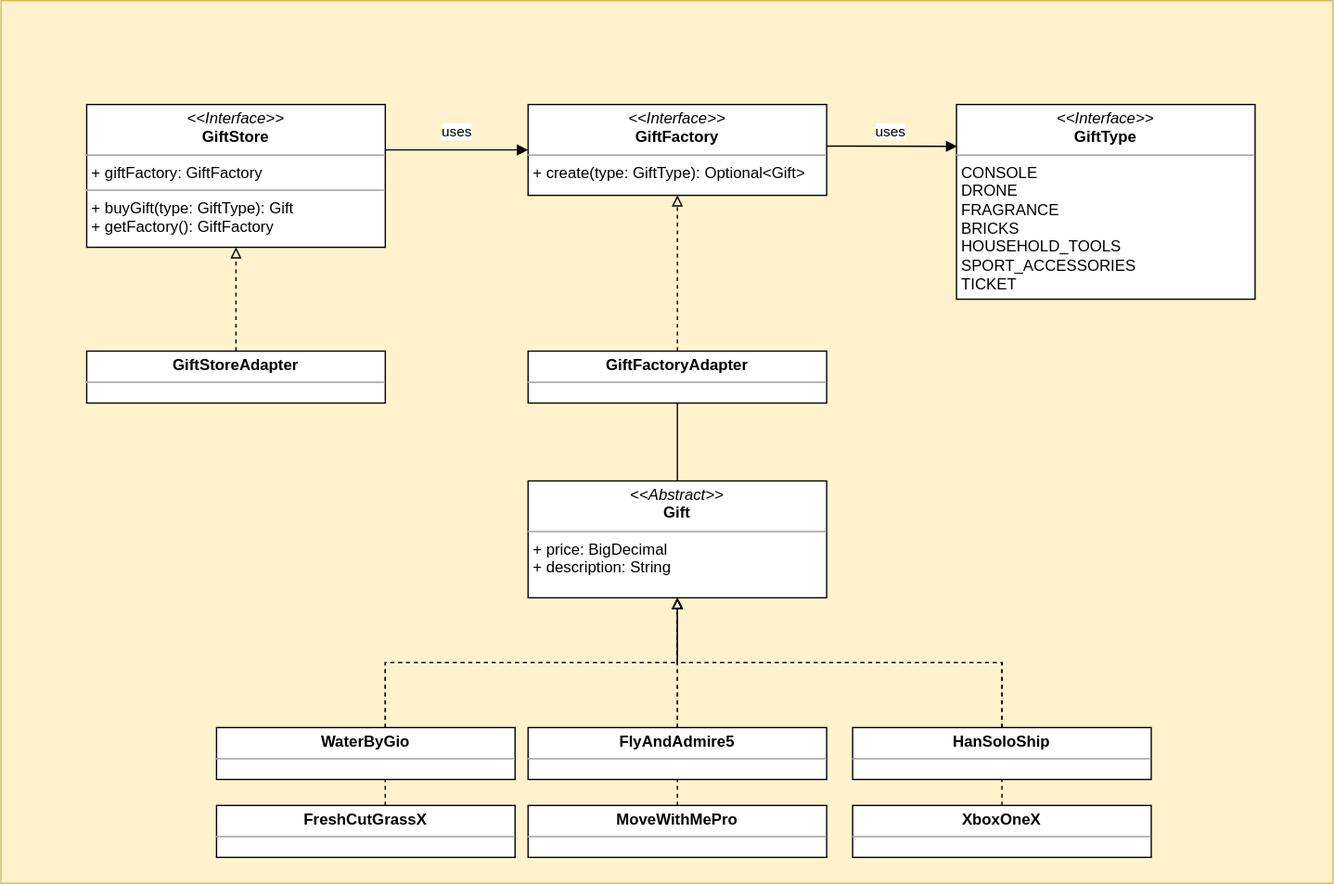
Before: src/main/java/pl/vm/javaguild/designpatterns/pattern/creational/simplefactory/diagram/simple_factory.svg, a diagram exported from draw.io (vmpl/java-design-patterns). Source tidied: cells renumbered, new cells last; positions are measured from the earlier drawing's top-left corner, leaving out a move shared by most shapes.
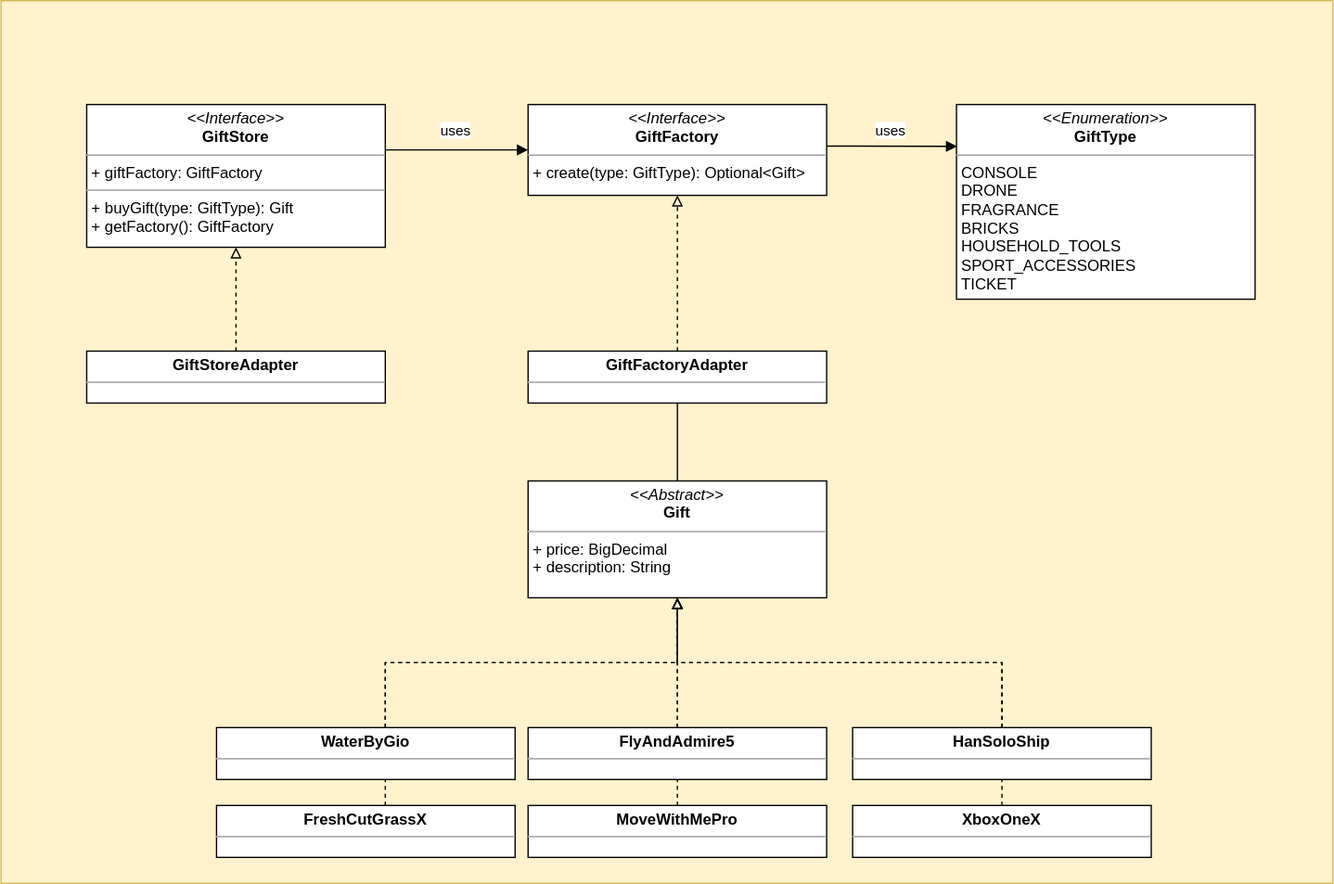
The same diagram one commit later.

Commit message:
feature: 10-Prototype Class diagram added

Change to the diagram source:
```diff
@@ -52,7 +52,7 @@
     <mxCell id="13" value="&lt;p style=&quot;margin:0px;margin-top:4px;text-align:center;&quot;&gt;&lt;b&gt;GiftFactoryAdapter&lt;/b&gt;&lt;/p&gt;&lt;hr size=&quot;1&quot;&gt;&lt;p style=&quot;margin: 0px 0px 0px 4px;&quot;&gt;&lt;br&gt;&lt;/p&gt;" style="verticalAlign=top;align=left;overflow=fill;fontSize=12;fontFamily=Helvetica;html=1;" parent="1" vertex="1">
       <mxGeometry x="406" y="270" width="230" height="40" as="geometry" />
     </mxCell>
-    <mxCell id="14" value="&lt;p style=&quot;margin:0px;margin-top:4px;text-align:center;&quot;&gt;&lt;i&gt;&amp;lt;&amp;lt;Interface&amp;gt;&amp;gt;&lt;/i&gt;&lt;br&gt;&lt;b&gt;GiftType&lt;/b&gt;&lt;/p&gt;&lt;hr size=&quot;1&quot;&gt;&lt;p style=&quot;margin:0px;margin-left:4px;&quot;&gt;CONSOLE&lt;/p&gt;&lt;p style=&quot;margin:0px;margin-left:4px;&quot;&gt;DRONE&lt;/p&gt;&lt;p style=&quot;margin:0px;margin-left:4px;&quot;&gt;FRAGRANCE&lt;/p&gt;&lt;p style=&quot;margin:0px;margin-left:4px;&quot;&gt;BRICKS&lt;/p&gt;&lt;p style=&quot;margin:0px;margin-left:4px;&quot;&gt;HOUSEHOLD_TOOLS&lt;/p&gt;&lt;p style=&quot;margin:0px;margin-left:4px;&quot;&gt;SPORT_ACCESSORIES&lt;/p&gt;&lt;p style=&quot;margin:0px;margin-left:4px;&quot;&gt;TICKET&lt;/p&gt;" style="verticalAlign=top;align=left;overflow=fill;fontSize=12;fontFamily=Helvetica;html=1;" parent="1" vertex="1">
+    <mxCell id="14" value="&lt;p style=&quot;margin:0px;margin-top:4px;text-align:center;&quot;&gt;&lt;i&gt;&amp;lt;&amp;lt;Enumeration&amp;gt;&amp;gt;&lt;/i&gt;&lt;br&gt;&lt;b&gt;GiftType&lt;/b&gt;&lt;/p&gt;&lt;hr size=&quot;1&quot;&gt;&lt;p style=&quot;margin:0px;margin-left:4px;&quot;&gt;CONSOLE&lt;/p&gt;&lt;p style=&quot;margin:0px;margin-left:4px;&quot;&gt;DRONE&lt;/p&gt;&lt;p style=&quot;margin:0px;margin-left:4px;&quot;&gt;FRAGRANCE&lt;/p&gt;&lt;p style=&quot;margin:0px;margin-left:4px;&quot;&gt;BRICKS&lt;/p&gt;&lt;p style=&quot;margin:0px;margin-left:4px;&quot;&gt;HOUSEHOLD_TOOLS&lt;/p&gt;&lt;p style=&quot;margin:0px;margin-left:4px;&quot;&gt;SPORT_ACCESSORIES&lt;/p&gt;&lt;p style=&quot;margin:0px;margin-left:4px;&quot;&gt;TICKET&lt;/p&gt;" style="verticalAlign=top;align=left;overflow=fill;fontSize=12;fontFamily=Helvetica;html=1;" parent="1" vertex="1">
       <mxGeometry x="736" y="80" width="230" height="150" as="geometry" />
     </mxCell>
     <mxCell id="15" value="&lt;p style=&quot;margin:0px;margin-top:4px;text-align:center;&quot;&gt;&lt;i&gt;&amp;lt;&amp;lt;Abstract&amp;gt;&amp;gt;&lt;/i&gt;&lt;br&gt;&lt;b&gt;Gift&lt;/b&gt;&lt;br&gt;&lt;/p&gt;&lt;hr size=&quot;1&quot;&gt;&lt;p style=&quot;margin:0px;margin-left:4px;&quot;&gt;+ price: BigDecimal&lt;br&gt;&lt;/p&gt;&lt;p style=&quot;margin:0px;margin-left:4px;&quot;&gt;+ description: String&lt;/p&gt;" style="verticalAlign=top;align=left;overflow=fill;fontSize=12;fontFamily=Helvetica;html=1;" parent="1" vertex="1">
```
